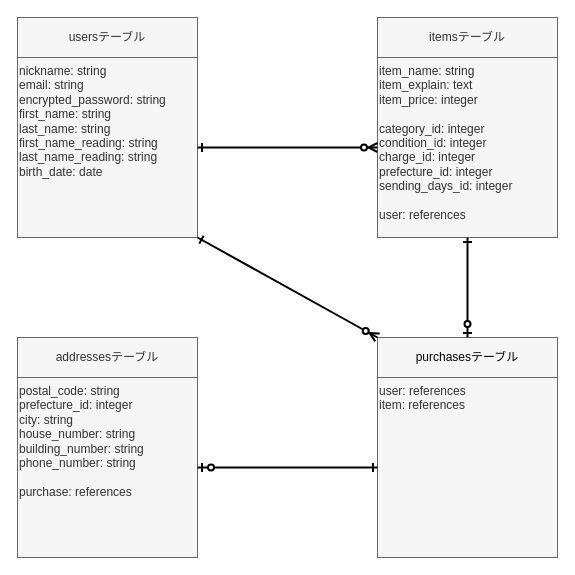
This is furima.dio from fuchimo/furima-34379, a draw.io file, before an edit. Source tidied: cells renumbered, new cells numbered last; positions are measured from the earlier drawing's top-left corner, leaving out a move shared by most shapes. Both pictures are drawn from the tidied source at 100%, with x=0, y=0 at pixel (17, 17).
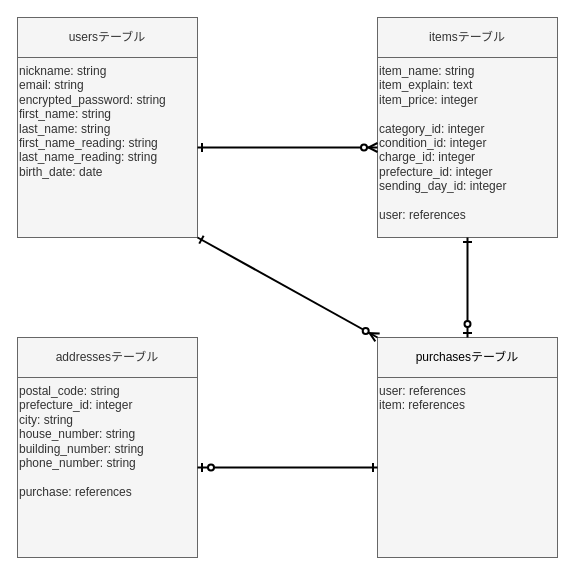
Above is the later version.

Diff of the diagram source:
```diff
@@
 <mxGraphModel>
   <root>
     <mxCell id="0" />
     <mxCell id="1" parent="0" />
     <mxCell id="2" value="nickname: string&lt;br&gt;email: string&lt;br&gt;encrypted_password: string&lt;br&gt;first_name: string&lt;br&gt;last_name: string&lt;br&gt;first_name_reading: string&lt;br&gt;last_name_reading: string&lt;br&gt;birth_date: date" style="whiteSpace=wrap;html=1;align=left;fillColor=#f5f5f5;strokeColor=#666666;fontColor=#333333;horizontal=1;labelPosition=center;verticalLabelPosition=middle;verticalAlign=top;" parent="1" vertex="1">
       <mxGeometry y="40" width="180" height="180" as="geometry" />
     </mxCell>
-    <mxCell id="3" value="item_name: string&lt;br&gt;item_explain: text&lt;br&gt;item_price: integer&lt;br&gt;&lt;br&gt;category_id: integer&lt;br&gt;condition_id: integer&lt;br&gt;charge_id: integer&lt;br&gt;prefecture_id: integer&lt;br&gt;sending_days_id: integer&lt;br&gt;&lt;br&gt;user: references" style="whiteSpace=wrap;html=1;align=left;fillColor=#f5f5f5;strokeColor=#666666;fontColor=#333333;horizontal=1;labelPosition=center;verticalLabelPosition=middle;verticalAlign=top;" parent="1" vertex="1">
+    <mxCell id="3" value="item_name: string&lt;br&gt;item_explain: text&lt;br&gt;item_price: integer&lt;br&gt;&lt;br&gt;category_id: integer&lt;br&gt;condition_id: integer&lt;br&gt;charge_id: integer&lt;br&gt;prefecture_id: integer&lt;br&gt;sending_day_id: integer&lt;br&gt;&lt;br&gt;user: references" style="whiteSpace=wrap;html=1;align=left;fillColor=#f5f5f5;strokeColor=#666666;fontColor=#333333;horizontal=1;labelPosition=center;verticalLabelPosition=middle;verticalAlign=top;" parent="1" vertex="1">
       <mxGeometry x="360" y="40" width="180" height="180" as="geometry" />
     </mxCell>
     <mxCell id="4" value="user: references&lt;br&gt;item: references" style="whiteSpace=wrap;html=1;align=left;fillColor=#f5f5f5;strokeColor=#666666;fontColor=#333333;horizontal=1;labelPosition=center;verticalLabelPosition=middle;verticalAlign=top;" parent="1" vertex="1">
       <mxGeometry x="360" y="360" width="180" height="180" as="geometry" />
     </mxCell>
     <mxCell id="5" style="endArrow=ERone;html=1;entryX=1;entryY=0.5;entryDx=0;entryDy=0;exitX=0;exitY=0.5;exitDx=0;exitDy=0;startArrow=ERzeroToMany;startFill=1;endFill=0;jumpSize=6;strokeWidth=2;endSize=6;" parent="1" edge="1" source="3" target="2">
       <mxGeometry relative="1" as="geometry" />
     </mxCell>
     <mxCell id="6" value="postal_code: string&lt;br&gt;prefecture_id: integer&lt;br&gt;city: string&lt;br&gt;house_number: string&lt;br&gt;building_number: string&lt;br&gt;phone_number: string&lt;br&gt;&lt;br&gt;purchase: references" style="whiteSpace=wrap;html=1;align=left;fillColor=#f5f5f5;strokeColor=#666666;fontColor=#333333;horizontal=1;labelPosition=center;verticalLabelPosition=middle;verticalAlign=top;" parent="1" vertex="1">
       <mxGeometry y="360" width="180" height="180" as="geometry" />
     </mxCell>
     <mxCell id="7" style="endArrow=ERzeroToOne;html=1;entryX=1;entryY=0.5;entryDx=0;entryDy=0;startArrow=ERone;startFill=0;endFill=1;jumpSize=6;strokeWidth=2;endSize=6;" parent="1" edge="1" source="4" target="6">
       <mxGeometry relative="1" as="geometry" />
     </mxCell>
     <mxCell id="8" value="&lt;span style=&quot;&quot;&gt;addressesテーブル&lt;/span&gt;" style="rounded=0;whiteSpace=wrap;html=1;align=center;fillColor=#f5f5f5;strokeColor=#666666;fontColor=#333333;" parent="1" vertex="1">
       <mxGeometry y="320" width="180" height="40" as="geometry" />
     </mxCell>
     <mxCell id="9" value="&lt;font color=&quot;#000000&quot;&gt;purchasesテーブル&lt;/font&gt;" style="rounded=0;whiteSpace=wrap;html=1;align=center;fillColor=#f5f5f5;strokeColor=#666666;fontColor=#333333;" parent="1" vertex="1">
       <mxGeometry x="360" y="320" width="180" height="40" as="geometry" />
     </mxCell>
     <mxCell id="10" value="&lt;span&gt;usersテーブル&lt;/span&gt;" style="rounded=0;whiteSpace=wrap;html=1;align=center;fillColor=#f5f5f5;strokeColor=#666666;fontColor=#333333;" parent="1" vertex="1">
       <mxGeometry width="180" height="40" as="geometry" />
     </mxCell>
     <mxCell id="11" value="&lt;span&gt;itemsテーブル&lt;/span&gt;" style="rounded=0;whiteSpace=wrap;html=1;align=center;fillColor=#f5f5f5;strokeColor=#666666;fontColor=#333333;" parent="1" vertex="1">
       <mxGeometry x="360" width="180" height="40" as="geometry" />
     </mxCell>
     <mxCell id="12" style="endArrow=ERzeroToOne;html=1;entryX=0.5;entryY=0;entryDx=0;entryDy=0;exitX=0.5;exitY=1;exitDx=0;exitDy=0;startArrow=ERone;startFill=0;endFill=1;jumpSize=6;strokeWidth=2;endSize=6;" parent="1" edge="1" source="3" target="9">
       <mxGeometry relative="1" as="geometry" />
     </mxCell>
     <mxCell id="13" style="endArrow=ERone;html=1;entryX=1;entryY=1;entryDx=0;entryDy=0;exitX=0;exitY=0;exitDx=0;exitDy=0;startArrow=ERzeroToMany;startFill=1;endFill=0;jumpSize=6;strokeWidth=2;endSize=6;" parent="1" edge="1" source="9" target="2">
       <mxGeometry relative="1" as="geometry" />
     </mxCell>
   </root>
 </mxGraphModel>
```
